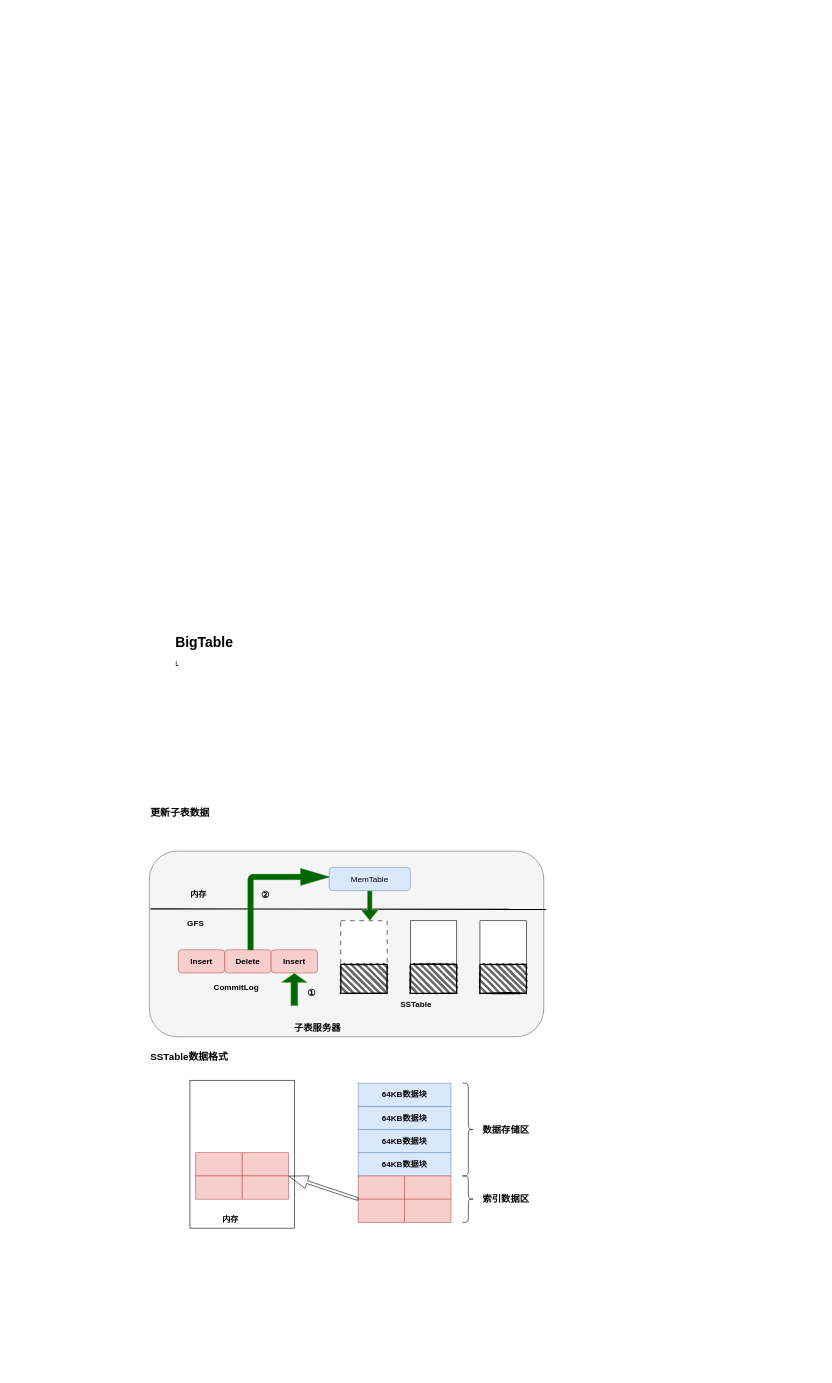
Earlier version of the draw.io diagram page "列式数据库" (3 of 4) of Draw.io/BigDataArchAlgorithm.drawio (DepInjoy/geektime). Source tidied: cells renumbered, new cells numbered last; positions are measured from the earlier drawing's top-left corner, leaving out a move shared by most shapes. Both pictures are drawn from the tidied source at 58%, with x=0, y=0 at pixel (149, 630).
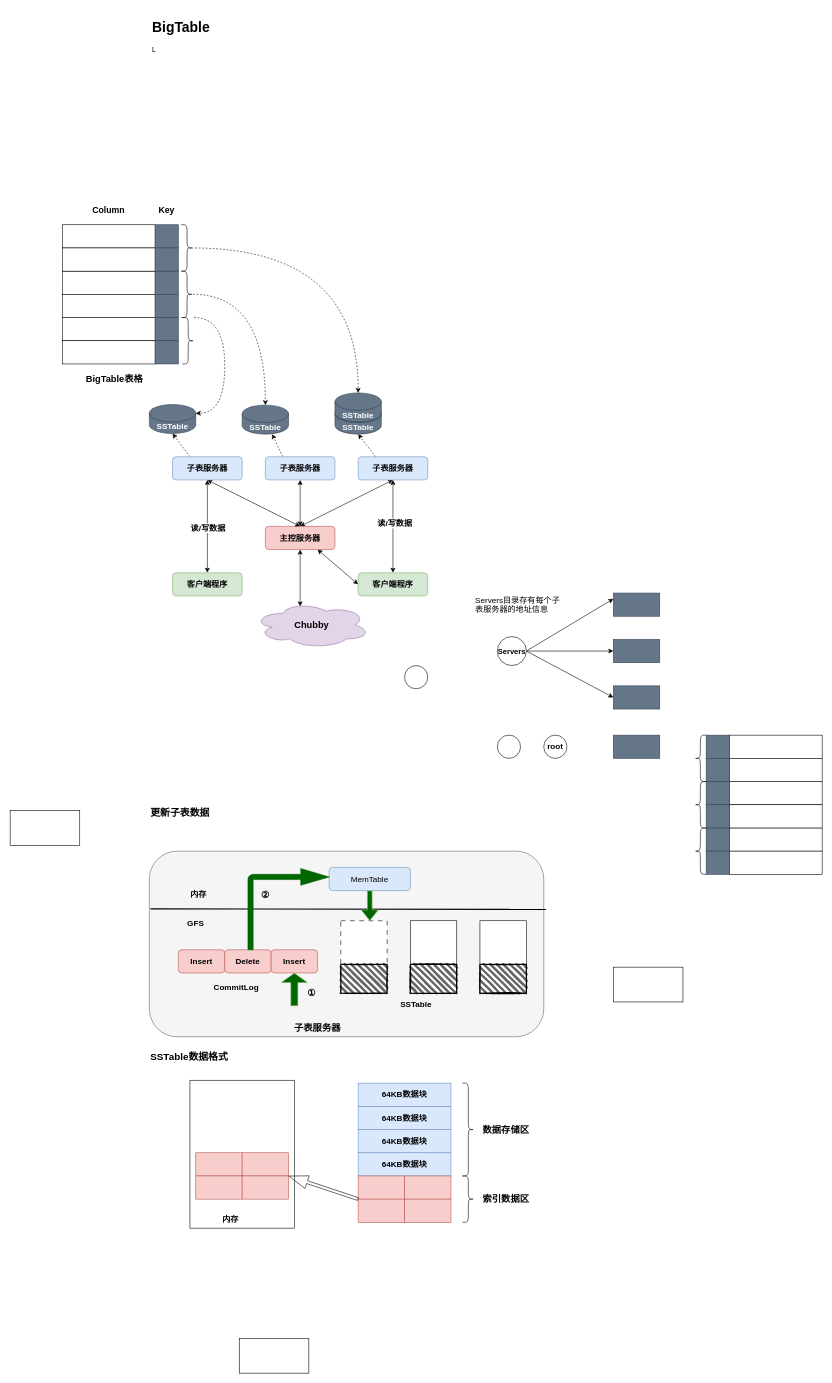
The same page after the edit.

Change to the diagram source:
```diff
@@
     <mxCell id="4" value="&lt;h1&gt;BigTable&lt;/h1&gt;&lt;p&gt;L&lt;/p&gt;" style="text;html=1;strokeColor=none;fillColor=none;spacing=5;spacingTop=-20;whiteSpace=wrap;overflow=hidden;rounded=0;" parent="1" vertex="1">
-      <mxGeometry x="40" width="350" height="120" as="geometry" />
+      <mxGeometry y="-1060" width="350" height="120" as="geometry" />
     </mxCell>
@@
+    <mxCell id="47" style="rounded=0;whiteSpace=wrap;html=1;" parent="1" vertex="1">
+      <mxGeometry x="800" y="580" width="120" height="60" as="geometry" />
+    </mxCell>
+    <mxCell id="48" style="rounded=0;whiteSpace=wrap;html=1;" parent="1" vertex="1">
+      <mxGeometry x="-240" y="310" width="120" height="60" as="geometry" />
+    </mxCell>
+    <mxCell id="49" style="rounded=0;whiteSpace=wrap;html=1;" parent="1" vertex="1">
+      <mxGeometry x="155" y="1220" width="120" height="60" as="geometry" />
+    </mxCell>
+    <mxCell id="50" style="edgeStyle=orthogonalEdgeStyle;rounded=0;jettySize=auto;html=1;exitX=0.5;exitY=0;exitDx=0;exitDy=0;entryX=0.5;entryY=1;entryDx=0;entryDy=0;startArrow=classic;startFill=1;" parent="1" edge="1" source="52" target="63">
+      <mxGeometry relative="1" as="geometry" />
+    </mxCell>
+    <mxCell id="51" value="&lt;font style=&quot;font-size: 14px;&quot;&gt;&lt;b&gt;读/写数据&lt;/b&gt;&lt;/font&gt;" style="edgeLabel;html=1;align=center;verticalAlign=middle;" parent="50" vertex="1">
+      <mxGeometry x="-0.03" relative="1" as="geometry" />
+    </mxCell>
+    <mxCell id="52" value="&lt;font style=&quot;font-size: 14px;&quot;&gt;&lt;b&gt;客户端程序&lt;/b&gt;&lt;/font&gt;" style="rounded=1;whiteSpace=wrap;html=1;fillColor=#d5e8d4;strokeColor=#82b366;" parent="1" vertex="1">
+      <mxGeometry x="40" y="-100" width="120" height="40" as="geometry" />
+    </mxCell>
+    <mxCell id="53" style="rounded=0;jettySize=auto;html=1;exitX=0.5;exitY=0;exitDx=0;exitDy=0;entryX=0.5;entryY=1;entryDx=0;entryDy=0;startArrow=classic;startFill=1;" parent="1" edge="1" source="56" target="65">
+      <mxGeometry relative="1" as="geometry" />
+    </mxCell>
+    <mxCell id="54" style="rounded=0;jettySize=auto;html=1;exitX=0.5;exitY=0;exitDx=0;exitDy=0;entryX=0.5;entryY=1;entryDx=0;entryDy=0;startArrow=classic;startFill=1;" parent="1" edge="1" source="56" target="67">
+      <mxGeometry relative="1" as="geometry" />
+    </mxCell>
+    <mxCell id="55" style="rounded=0;jettySize=auto;html=1;exitX=0.5;exitY=1;exitDx=0;exitDy=0;entryX=0.4;entryY=0.1;entryDx=0;entryDy=0;entryPerimeter=0;startArrow=classic;startFill=1;" parent="1" edge="1" source="56" target="93">
+      <mxGeometry relative="1" as="geometry" />
+    </mxCell>
+    <mxCell id="56" value="&lt;font style=&quot;font-size: 14px;&quot;&gt;&lt;b&gt;主控服务器&lt;/b&gt;&lt;/font&gt;" style="rounded=1;whiteSpace=wrap;html=1;fillColor=#f8cecc;strokeColor=#b85450;" parent="1" vertex="1">
+      <mxGeometry x="200" y="-180" width="120" height="40" as="geometry" />
+    </mxCell>
+    <mxCell id="57" style="rounded=0;jettySize=auto;html=1;exitX=0.5;exitY=0;exitDx=0;exitDy=0;entryX=0.5;entryY=1;entryDx=0;entryDy=0;startArrow=classic;startFill=1;" parent="1" edge="1" source="60" target="67">
+      <mxGeometry relative="1" as="geometry" />
+    </mxCell>
+    <mxCell id="58" value="&lt;b style=&quot;border-color: var(--border-color); font-size: 14px;&quot;&gt;读/写数据&lt;/b&gt;" style="edgeLabel;html=1;align=center;verticalAlign=middle;" parent="57" vertex="1">
+      <mxGeometry x="0.07" y="-2" relative="1" as="geometry" />
+    </mxCell>
+    <mxCell id="59" style="rounded=0;jettySize=auto;html=1;exitX=0;exitY=0.5;exitDx=0;exitDy=0;entryX=0.75;entryY=1;entryDx=0;entryDy=0;startArrow=classic;startFill=1;" parent="1" edge="1" source="60" target="56">
+      <mxGeometry relative="1" as="geometry" />
+    </mxCell>
+    <mxCell id="60" value="&lt;font style=&quot;font-size: 14px;&quot;&gt;&lt;b&gt;客户端程序&lt;/b&gt;&lt;/font&gt;" style="rounded=1;whiteSpace=wrap;html=1;fillColor=#d5e8d4;strokeColor=#82b366;" parent="1" vertex="1">
+      <mxGeometry x="360" y="-100" width="120" height="40" as="geometry" />
+    </mxCell>
+    <mxCell id="61" style="rounded=0;jettySize=auto;html=1;exitX=0.25;exitY=0;exitDx=0;exitDy=0;entryX=0.5;entryY=1;entryDx=0;entryDy=0;entryPerimeter=0;dashed=1;" parent="1" edge="1" source="63" target="68">
+      <mxGeometry relative="1" as="geometry" />
+    </mxCell>
+    <mxCell id="62" style="rounded=0;jettySize=auto;html=1;exitX=0.5;exitY=1;exitDx=0;exitDy=0;entryX=0.5;entryY=0;entryDx=0;entryDy=0;startArrow=classic;startFill=1;" parent="1" edge="1" source="63" target="56">
+      <mxGeometry relative="1" as="geometry" />
+    </mxCell>
+    <mxCell id="63" value="&lt;font style=&quot;font-size: 14px;&quot;&gt;&lt;b&gt;子表服务器&lt;/b&gt;&lt;/font&gt;" style="rounded=1;whiteSpace=wrap;html=1;fillColor=#dae8fc;strokeColor=#6c8ebf;" parent="1" vertex="1">
+      <mxGeometry x="40" y="-300" width="120" height="40" as="geometry" />
+    </mxCell>
+    <mxCell id="64" style="rounded=0;jettySize=auto;html=1;exitX=0.25;exitY=0;exitDx=0;exitDy=0;dashed=1;" parent="1" edge="1" source="65" target="70">
+      <mxGeometry relative="1" as="geometry" />
+    </mxCell>
+    <mxCell id="65" value="&lt;font style=&quot;font-size: 14px;&quot;&gt;&lt;b&gt;子表服务器&lt;/b&gt;&lt;/font&gt;" style="rounded=1;whiteSpace=wrap;html=1;fillColor=#dae8fc;strokeColor=#6c8ebf;" parent="1" vertex="1">
+      <mxGeometry x="200" y="-300" width="120" height="40" as="geometry" />
+    </mxCell>
+    <mxCell id="66" style="rounded=0;jettySize=auto;html=1;exitX=0.25;exitY=0;exitDx=0;exitDy=0;entryX=0.5;entryY=1;entryDx=0;entryDy=0;entryPerimeter=0;dashed=1;" parent="1" edge="1" source="67" target="69">
+      <mxGeometry relative="1" as="geometry" />
+    </mxCell>
+    <mxCell id="67" value="&lt;font style=&quot;font-size: 14px;&quot;&gt;&lt;b&gt;子表服务器&lt;/b&gt;&lt;/font&gt;" style="rounded=1;whiteSpace=wrap;html=1;fillColor=#dae8fc;strokeColor=#6c8ebf;" parent="1" vertex="1">
+      <mxGeometry x="360" y="-300" width="120" height="40" as="geometry" />
+    </mxCell>
+    <mxCell id="68" value="&lt;font style=&quot;font-size: 14px;&quot;&gt;&lt;b&gt;SSTable&lt;/b&gt;&lt;/font&gt;" style="shape=cylinder3;whiteSpace=wrap;html=1;boundedLbl=1;backgroundOutline=1;size=15;fillColor=#647687;fontColor=#ffffff;strokeColor=#314354;" parent="1" vertex="1">
+      <mxGeometry y="-390" width="80" height="50" as="geometry" />
+    </mxCell>
+    <mxCell id="69" value="&lt;font style=&quot;font-size: 14px;&quot;&gt;&lt;b&gt;SSTable&lt;/b&gt;&lt;/font&gt;" style="shape=cylinder3;whiteSpace=wrap;html=1;boundedLbl=1;backgroundOutline=1;size=15;fillColor=#647687;fontColor=#ffffff;strokeColor=#314354;" parent="1" vertex="1">
+      <mxGeometry x="320" y="-389" width="80" height="50" as="geometry" />
+    </mxCell>
+    <mxCell id="70" value="&lt;font style=&quot;font-size: 14px;&quot;&gt;&lt;b&gt;SSTable&lt;/b&gt;&lt;/font&gt;" style="shape=cylinder3;whiteSpace=wrap;html=1;boundedLbl=1;backgroundOutline=1;size=15;fillColor=#647687;fontColor=#ffffff;strokeColor=#314354;" parent="1" vertex="1">
+      <mxGeometry x="160" y="-389" width="80" height="50" as="geometry" />
+    </mxCell>
+    <mxCell id="71" value="&lt;font style=&quot;font-size: 14px;&quot;&gt;&lt;b&gt;SSTable&lt;/b&gt;&lt;/font&gt;" style="shape=cylinder3;whiteSpace=wrap;html=1;boundedLbl=1;backgroundOutline=1;size=15;fillColor=#647687;fontColor=#ffffff;strokeColor=#314354;" parent="1" vertex="1">
+      <mxGeometry x="320" y="-410" width="80" height="50" as="geometry" />
+    </mxCell>
+    <mxCell id="72" style="rounded=0;whiteSpace=wrap;html=1;" parent="1" vertex="1">
+      <mxGeometry x="-150" y="-540" width="160" height="40" as="geometry" />
+    </mxCell>
+    <mxCell id="73" style="rounded=0;whiteSpace=wrap;html=1;fillColor=#647687;fontColor=#ffffff;strokeColor=#314354;" parent="1" vertex="1">
+      <mxGeometry x="10" y="-540" width="40" height="40" as="geometry" />
+    </mxCell>
+    <mxCell id="74" style="rounded=0;whiteSpace=wrap;html=1;" parent="1" vertex="1">
+      <mxGeometry x="-150" y="-500" width="160" height="40" as="geometry" />
+    </mxCell>
+    <mxCell id="75" style="rounded=0;whiteSpace=wrap;html=1;fillColor=#647687;fontColor=#ffffff;strokeColor=#314354;" parent="1" vertex="1">
+      <mxGeometry x="10" y="-500" width="40" height="40" as="geometry" />
+    </mxCell>
+    <mxCell id="76" style="rounded=0;whiteSpace=wrap;html=1;" parent="1" vertex="1">
+      <mxGeometry x="-150" y="-620" width="160" height="40" as="geometry" />
+    </mxCell>
+    <mxCell id="77" style="rounded=0;whiteSpace=wrap;html=1;fillColor=#647687;strokeColor=#314354;fontColor=#ffffff;" parent="1" vertex="1">
+      <mxGeometry x="10" y="-620" width="40" height="40" as="geometry" />
+    </mxCell>
+    <mxCell id="78" style="rounded=0;whiteSpace=wrap;html=1;" parent="1" vertex="1">
+      <mxGeometry x="-150" y="-580" width="160" height="40" as="geometry" />
+    </mxCell>
+    <mxCell id="79" style="rounded=0;whiteSpace=wrap;html=1;fillColor=#647687;fontColor=#ffffff;strokeColor=#314354;" parent="1" vertex="1">
+      <mxGeometry x="10" y="-580" width="40" height="40" as="geometry" />
+    </mxCell>
+    <mxCell id="80" style="rounded=0;whiteSpace=wrap;html=1;" parent="1" vertex="1">
+      <mxGeometry x="-150" y="-700" width="160" height="40" as="geometry" />
+    </mxCell>
+    <mxCell id="81" style="rounded=0;whiteSpace=wrap;html=1;fillColor=#647687;strokeColor=#314354;fontColor=#ffffff;" parent="1" vertex="1">
+      <mxGeometry x="10" y="-700" width="40" height="40" as="geometry" />
+    </mxCell>
+    <mxCell id="82" style="rounded=0;whiteSpace=wrap;html=1;" parent="1" vertex="1">
+      <mxGeometry x="-150" y="-660" width="160" height="40" as="geometry" />
+    </mxCell>
+    <mxCell id="83" style="rounded=0;whiteSpace=wrap;html=1;fillColor=#647687;fontColor=#ffffff;strokeColor=#314354;" parent="1" vertex="1">
+      <mxGeometry x="10" y="-660" width="40" height="40" as="geometry" />
+    </mxCell>
+    <mxCell id="84" value="&lt;font style=&quot;font-size: 15px;&quot;&gt;&lt;b&gt;Column&lt;/b&gt;&lt;/font&gt;" style="text;html=1;strokeColor=none;fillColor=none;align=center;verticalAlign=middle;whiteSpace=wrap;rounded=0;" parent="1" vertex="1">
+      <mxGeometry x="-110" y="-740" width="80" height="30" as="geometry" />
+    </mxCell>
+    <mxCell id="85" value="&lt;font style=&quot;font-size: 15px;&quot;&gt;&lt;b&gt;Key&lt;/b&gt;&lt;/font&gt;" style="text;html=1;strokeColor=none;fillColor=none;align=center;verticalAlign=middle;whiteSpace=wrap;rounded=0;" parent="1" vertex="1">
+      <mxGeometry x="10" y="-740" width="40" height="30" as="geometry" />
+    </mxCell>
+    <mxCell id="86" style="edgeStyle=orthogonalEdgeStyle;rounded=0;jettySize=auto;html=1;exitX=0.1;exitY=0.5;exitDx=0;exitDy=0;exitPerimeter=0;entryX=0.5;entryY=0;entryDx=0;entryDy=0;entryPerimeter=0;curved=1;dashed=1;" parent="1" edge="1" source="87" target="71">
+      <mxGeometry relative="1" as="geometry" />
+    </mxCell>
+    <mxCell id="87" style="shape=curlyBracket;whiteSpace=wrap;html=1;rounded=1;flipH=1;labelPosition=right;verticalLabelPosition=middle;align=left;verticalAlign=middle;" parent="1" vertex="1">
+      <mxGeometry x="55" y="-700" width="20" height="80" as="geometry" />
+    </mxCell>
+    <mxCell id="88" style="edgeStyle=orthogonalEdgeStyle;rounded=0;jettySize=auto;html=1;entryX=0.5;entryY=0;entryDx=0;entryDy=0;entryPerimeter=0;curved=1;dashed=1;" parent="1" edge="1" source="89" target="70">
+      <mxGeometry relative="1" as="geometry" />
+    </mxCell>
+    <mxCell id="89" style="shape=curlyBracket;whiteSpace=wrap;html=1;rounded=1;flipH=1;labelPosition=right;verticalLabelPosition=middle;align=left;verticalAlign=middle;" parent="1" vertex="1">
+      <mxGeometry x="55" y="-620" width="20" height="80" as="geometry" />
+    </mxCell>
+    <mxCell id="90" style="edgeStyle=orthogonalEdgeStyle;rounded=0;jettySize=auto;html=1;entryX=1;entryY=0;entryDx=0;entryDy=15;entryPerimeter=0;curved=1;dashed=1;" parent="1" edge="1" source="91" target="68">
+      <mxGeometry relative="1" as="geometry">
+        <Array as="points">
+          <mxPoint x="130" y="-540" />
+          <mxPoint x="130" y="-375" />
+        </Array>
+      </mxGeometry>
+    </mxCell>
+    <mxCell id="91" style="shape=curlyBracket;whiteSpace=wrap;html=1;rounded=1;flipH=1;labelPosition=right;verticalLabelPosition=middle;align=left;verticalAlign=middle;" parent="1" vertex="1">
+      <mxGeometry x="57" y="-540" width="20" height="80" as="geometry" />
+    </mxCell>
+    <mxCell id="92" value="&lt;b&gt;&lt;font style=&quot;font-size: 16px;&quot;&gt;BigTable表格&lt;/font&gt;&lt;/b&gt;" style="text;html=1;strokeColor=none;fillColor=none;align=center;verticalAlign=middle;whiteSpace=wrap;rounded=0;" parent="1" vertex="1">
+      <mxGeometry x="-140" y="-450" width="160" height="30" as="geometry" />
+    </mxCell>
+    <mxCell id="93" value="&lt;b&gt;&lt;font style=&quot;font-size: 16px;&quot;&gt;Chubby&lt;/font&gt;&lt;/b&gt;" style="ellipse;shape=cloud;whiteSpace=wrap;html=1;fillColor=#e1d5e7;strokeColor=#9673a6;" parent="1" vertex="1">
+      <mxGeometry x="180" y="-50" width="200" height="80" as="geometry" />
+    </mxCell>
+    <mxCell id="94" style="ellipse;whiteSpace=wrap;html=1;" parent="1" vertex="1">
+      <mxGeometry x="440" y="60" width="40" height="40" as="geometry" />
+    </mxCell>
+    <mxCell id="95" style="rounded=0;jettySize=auto;html=1;exitX=1;exitY=0.5;exitDx=0;exitDy=0;entryX=0;entryY=0.25;entryDx=0;entryDy=0;" parent="1" edge="1" source="98" target="100">
+      <mxGeometry relative="1" as="geometry" />
+    </mxCell>
+    <mxCell id="96" style="rounded=0;jettySize=auto;html=1;exitX=1;exitY=0.5;exitDx=0;exitDy=0;entryX=0;entryY=0.5;entryDx=0;entryDy=0;" parent="1" edge="1" source="98" target="101">
+      <mxGeometry relative="1" as="geometry" />
+    </mxCell>
+    <mxCell id="97" style="rounded=0;jettySize=auto;html=1;exitX=1;exitY=0.5;exitDx=0;exitDy=0;entryX=0;entryY=0.5;entryDx=0;entryDy=0;" parent="1" edge="1" source="98" target="102">
+      <mxGeometry relative="1" as="geometry" />
+    </mxCell>
+    <mxCell id="98" value="&lt;font size=&quot;1&quot; style=&quot;&quot;&gt;&lt;b style=&quot;font-size: 13px;&quot;&gt;Servers&lt;/b&gt;&lt;/font&gt;" style="ellipse;whiteSpace=wrap;html=1;" parent="1" vertex="1">
+      <mxGeometry x="600" y="10" width="50" height="50" as="geometry" />
+    </mxCell>
+    <mxCell id="99" style="ellipse;whiteSpace=wrap;html=1;" parent="1" vertex="1">
+      <mxGeometry x="600" y="180" width="40" height="40" as="geometry" />
+    </mxCell>
+    <mxCell id="100" style="rounded=0;whiteSpace=wrap;html=1;fillColor=#647687;fontColor=#ffffff;strokeColor=#314354;" parent="1" vertex="1">
+      <mxGeometry x="800" y="-65" width="80" height="40" as="geometry" />
+    </mxCell>
+    <mxCell id="101" style="rounded=0;whiteSpace=wrap;html=1;fillColor=#647687;fontColor=#ffffff;strokeColor=#314354;" parent="1" vertex="1">
+      <mxGeometry x="800" y="15" width="80" height="40" as="geometry" />
+    </mxCell>
+    <mxCell id="102" style="rounded=0;whiteSpace=wrap;html=1;fillColor=#647687;fontColor=#ffffff;strokeColor=#314354;" parent="1" vertex="1">
+      <mxGeometry x="800" y="95" width="80" height="40" as="geometry" />
+    </mxCell>
+    <mxCell id="103" value="&lt;b&gt;&lt;font style=&quot;font-size: 14px;&quot;&gt;root&lt;/font&gt;&lt;/b&gt;" style="ellipse;whiteSpace=wrap;html=1;" parent="1" vertex="1">
+      <mxGeometry x="680" y="180" width="40" height="40" as="geometry" />
+    </mxCell>
+    <mxCell id="104" value="&lt;font style=&quot;font-size: 14px;&quot;&gt;Servers目录存有每个子表服务器的地址信息&lt;/font&gt;" style="text;html=1;strokeColor=none;fillColor=none;align=left;verticalAlign=middle;whiteSpace=wrap;rounded=0;" parent="1" vertex="1">
+      <mxGeometry x="560" y="-60" width="160" height="30" as="geometry" />
+    </mxCell>
+    <mxCell id="105" style="rounded=0;whiteSpace=wrap;html=1;fillColor=#647687;fontColor=#ffffff;strokeColor=#314354;" parent="1" vertex="1">
+      <mxGeometry x="800" y="180" width="80" height="40" as="geometry" />
+    </mxCell>
+    <mxCell id="106" style="rounded=0;whiteSpace=wrap;html=1;" parent="1" vertex="1">
+      <mxGeometry x="1000" y="340" width="160" height="40" as="geometry" />
+    </mxCell>
+    <mxCell id="107" style="rounded=0;whiteSpace=wrap;html=1;fillColor=#647687;fontColor=#ffffff;strokeColor=#314354;" parent="1" vertex="1">
+      <mxGeometry x="960" y="340" width="40" height="40" as="geometry" />
+    </mxCell>
+    <mxCell id="108" style="rounded=0;whiteSpace=wrap;html=1;" parent="1" vertex="1">
+      <mxGeometry x="1000" y="380" width="160" height="40" as="geometry" />
+    </mxCell>
+    <mxCell id="109" style="rounded=0;whiteSpace=wrap;html=1;fillColor=#647687;fontColor=#ffffff;strokeColor=#314354;" parent="1" vertex="1">
+      <mxGeometry x="960" y="380" width="40" height="40" as="geometry" />
+    </mxCell>
+    <mxCell id="110" style="rounded=0;whiteSpace=wrap;html=1;" parent="1" vertex="1">
+      <mxGeometry x="1000" y="260" width="160" height="40" as="geometry" />
+    </mxCell>
+    <mxCell id="111" style="rounded=0;whiteSpace=wrap;html=1;fillColor=#647687;strokeColor=#314354;fontColor=#ffffff;" parent="1" vertex="1">
+      <mxGeometry x="960" y="260" width="40" height="40" as="geometry" />
+    </mxCell>
+    <mxCell id="112" style="rounded=0;whiteSpace=wrap;html=1;" parent="1" vertex="1">
+      <mxGeometry x="1000" y="300" width="160" height="40" as="geometry" />
+    </mxCell>
+    <mxCell id="113" style="rounded=0;whiteSpace=wrap;html=1;fillColor=#647687;fontColor=#ffffff;strokeColor=#314354;" parent="1" vertex="1">
+      <mxGeometry x="960" y="300" width="40" height="40" as="geometry" />
+    </mxCell>
+    <mxCell id="114" style="rounded=0;whiteSpace=wrap;html=1;" parent="1" vertex="1">
+      <mxGeometry x="1000" y="180" width="160" height="40" as="geometry" />
+    </mxCell>
+    <mxCell id="115" style="rounded=0;whiteSpace=wrap;html=1;fillColor=#647687;strokeColor=#314354;fontColor=#ffffff;" parent="1" vertex="1">
+      <mxGeometry x="960" y="180" width="40" height="40" as="geometry" />
+    </mxCell>
+    <mxCell id="116" style="rounded=0;whiteSpace=wrap;html=1;" parent="1" vertex="1">
+      <mxGeometry x="1000" y="220" width="160" height="40" as="geometry" />
+    </mxCell>
+    <mxCell id="117" style="rounded=0;whiteSpace=wrap;html=1;fillColor=#647687;fontColor=#ffffff;strokeColor=#314354;" parent="1" vertex="1">
+      <mxGeometry x="960" y="220" width="40" height="40" as="geometry" />
+    </mxCell>
+    <mxCell id="118" style="shape=curlyBracket;whiteSpace=wrap;html=1;rounded=1;labelPosition=left;verticalLabelPosition=middle;align=right;verticalAlign=middle;" parent="1" vertex="1">
+      <mxGeometry x="940" y="180" width="20" height="80" as="geometry" />
+    </mxCell>
+    <mxCell id="119" style="shape=curlyBracket;whiteSpace=wrap;html=1;rounded=1;labelPosition=left;verticalLabelPosition=middle;align=right;verticalAlign=middle;" parent="1" vertex="1">
+      <mxGeometry x="940" y="260" width="20" height="80" as="geometry" />
+    </mxCell>
+    <mxCell id="120" style="shape=curlyBracket;whiteSpace=wrap;html=1;rounded=1;labelPosition=left;verticalLabelPosition=middle;align=right;verticalAlign=middle;" parent="1" vertex="1">
+      <mxGeometry x="940" y="340" width="20" height="80" as="geometry" />
+    </mxCell>
```
